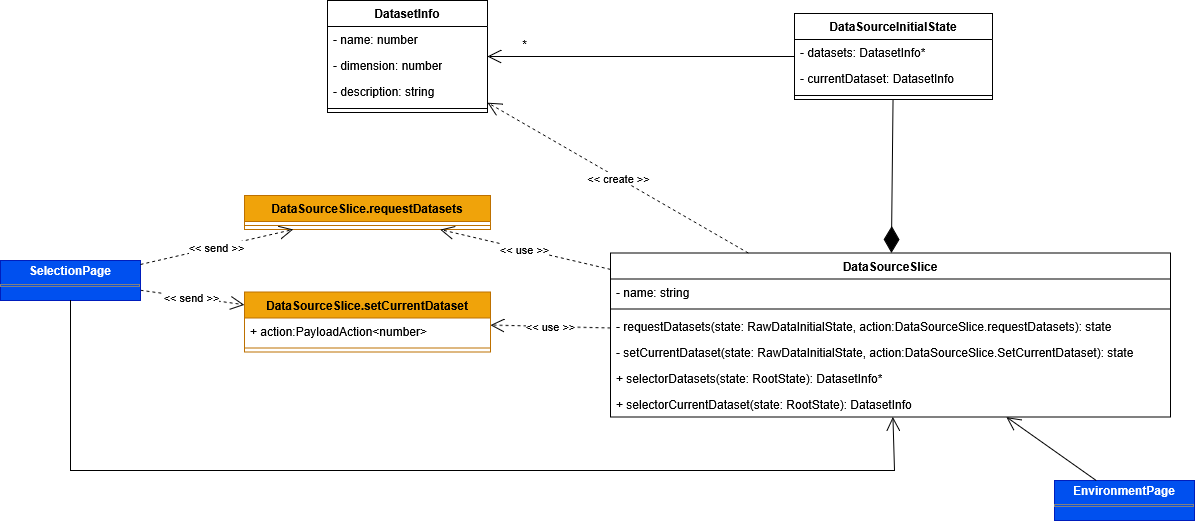
Earlier version of the draw.io export Docs/PB/Generali Esterni/specifica_tecnica/template/images/uml_front/logic/datasourceslice.png (6BitBusters/6BitBusters.github.io). Source tidied: cells renumbered, new cells last; positions are measured from the earlier drawing's top-left corner, leaving out a move shared by most shapes.
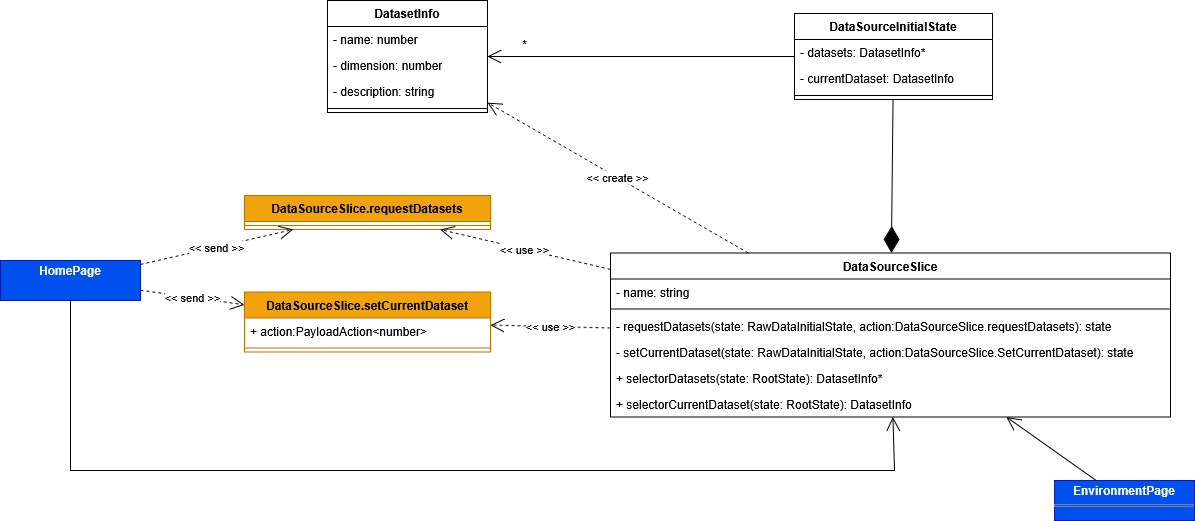
Above is the later version.

The edit, as a diff of the source:
```diff
@@ -77,7 +77,7 @@
     <mxCell id="26" value="&amp;lt;&amp;lt; send &amp;gt;&amp;gt;" style="endArrow=open;endSize=12;dashed=1;html=1;rounded=0;" parent="1" edge="1" source="27" target="22">
       <mxGeometry relative="1" as="geometry" />
     </mxCell>
-    <mxCell id="27" value="&lt;p style=&quot;margin:0px;margin-top:4px;text-align:center;&quot;&gt;&lt;b&gt;SelectionPage&lt;/b&gt;&lt;/p&gt;&lt;hr size=&quot;1&quot; style=&quot;border-style:solid;&quot;&gt;&lt;div style=&quot;height:2px;&quot;&gt;&lt;/div&gt;" style="verticalAlign=top;align=left;overflow=fill;html=1;whiteSpace=wrap;fillColor=#0050ef;fontColor=#ffffff;strokeColor=#001DBC;" parent="1" vertex="1">
+    <mxCell id="27" value="&lt;p style=&quot;margin:0px;margin-top:4px;text-align:center;&quot;&gt;&lt;b&gt;HomePage&lt;/b&gt;&lt;/p&gt;" style="verticalAlign=top;align=left;overflow=fill;html=1;whiteSpace=wrap;fillColor=#0050ef;fontColor=#ffffff;strokeColor=#001DBC;" parent="1" vertex="1">
       <mxGeometry y="260" width="140" height="40" as="geometry" />
     </mxCell>
     <mxCell id="28" style="endArrow=open;endFill=1;endSize=12;html=1;rounded=0;" parent="1" edge="1" source="27" target="2">
```
